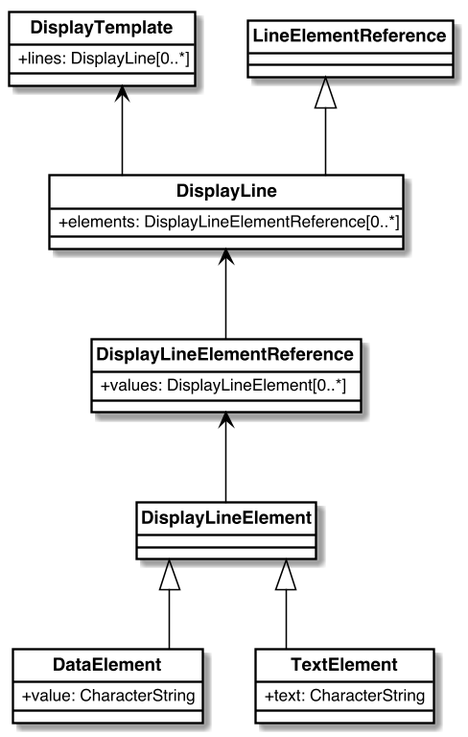
Before: images/DisplayTemplate.png, a diagram exported from PlantUML (CalConnect/csd-digital-addresses).
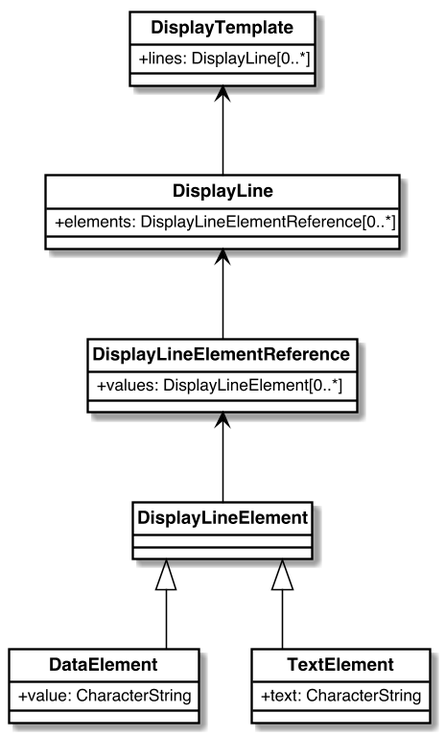
The same file after the commit.

Change to the diagram source:
```diff
@@ -48,9 +48,6 @@
   +elements: DisplayLineElementReference[0..*]
 }
 
-class LineElementReference {
-}
-
 class DisplayLineElementReference {
   +values: DisplayLineElement[0..*]
 }
@@ -70,7 +67,6 @@
 
 
 
-DisplayLine -up-|> LineElementReference
 TextElement -up-|> DisplayLineElement
 DataElement -up-|> DisplayLineElement
 DisplayLine -up-> DisplayTemplate
```
